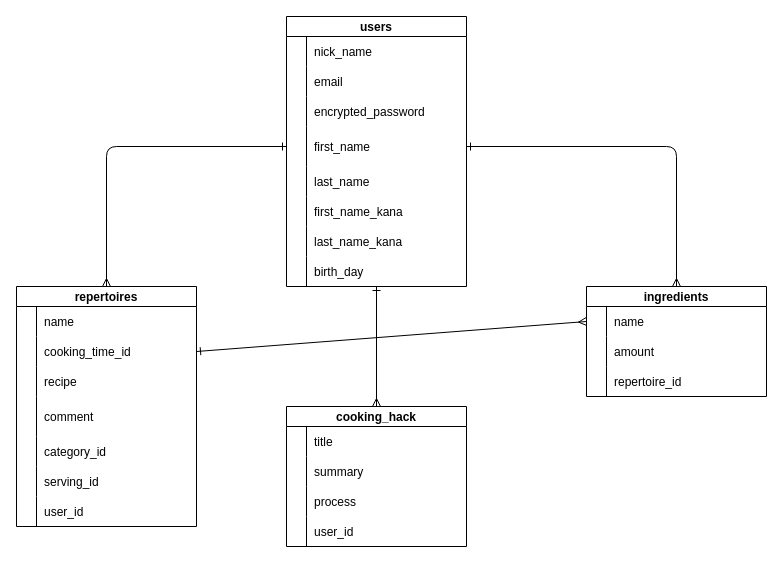
Before: ER図.dio in t-akuya/cookhack, a draw.io diagram. Source tidied: cells renumbered, new cells numbered last; positions are measured from the earlier drawing's top-left corner, leaving out a move shared by most shapes. Both pictures are drawn from the tidied source at 100%, with x=0, y=0 at pixel (16, 16).
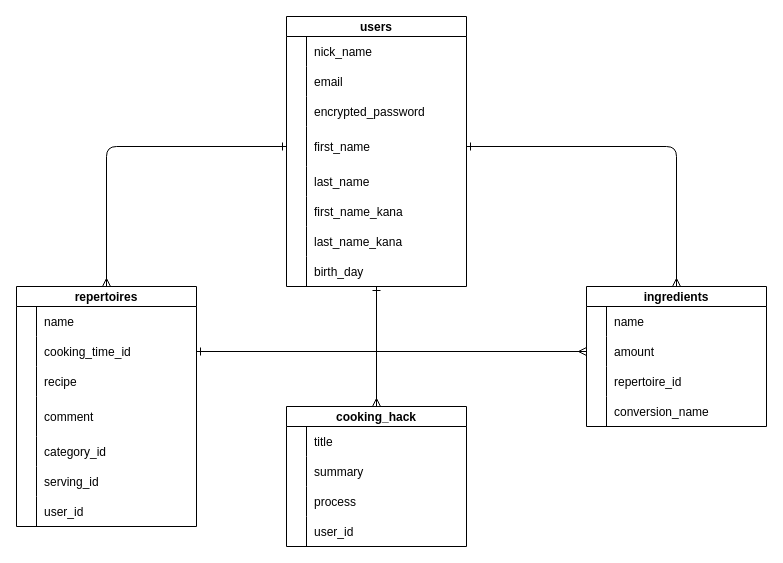
The same diagram, later.

Unchanged cells that the change refers to:
```xml
<mxCell id="32" style="shape=partialRectangle;fillColor=none;top=0;left=0;bottom=0;right=0;points=[[0,0.5],[1,0.5]];portConstraint=eastwest;" parent="28" vertex="1">
  <mxGeometry y="50" width="180" height="30" as="geometry" />
</mxCell>
<mxCell id="64" style="shape=partialRectangle;fillColor=none;top=0;left=0;bottom=0;right=0;points=[[0,0.5],[1,0.5]];portConstraint=eastwest;" parent="63" vertex="1">
  <mxGeometry y="20" width="180" height="30" as="geometry" />
</mxCell>
<mxCell id="67" style="shape=partialRectangle;fillColor=none;top=0;left=0;bottom=0;right=0;points=[[0,0.5],[1,0.5]];portConstraint=eastwest;" parent="63" vertex="1">
  <mxGeometry y="50" width="180" height="30" as="geometry" />
</mxCell>
```

Diff of the diagram source:
```diff
@@
     <mxCell id="63" value="ingredients" style="shape=table;startSize=20;childLayout=tableLayout;rowLines=0;fontStyle=1;align=center;" parent="1" vertex="1">
-      <mxGeometry x="570" y="270" width="180" height="110" as="geometry" />
+      <mxGeometry x="570" y="270" width="180" height="140" as="geometry" />
     </mxCell>
@@
+    <mxCell id="76" style="shape=partialRectangle;fillColor=none;top=0;left=0;bottom=0;right=0;" parent="63" vertex="1">
+      <mxGeometry y="110" width="180" height="30" as="geometry" />
+    </mxCell>
+    <mxCell id="77" style="shape=partialRectangle;fillColor=none;top=0;left=0;bottom=0;right=0;overflow=hidden;" parent="76" vertex="1">
+      <mxGeometry width="20" height="30" as="geometry" />
+    </mxCell>
+    <mxCell id="78" value="conversion_name" style="shape=partialRectangle;fillColor=none;top=0;left=0;bottom=0;right=0;align=left;spacingLeft=6;overflow=hidden;" parent="76" vertex="1">
+      <mxGeometry x="20" width="160" height="30" as="geometry" />
+    </mxCell>
@@
-    <mxCell id="75" style="edgeStyle=none;html=1;exitX=1;exitY=0.5;exitDx=0;exitDy=0;endArrow=ERmany;endFill=0;startArrow=ERone;startFill=0;entryX=0;entryY=0.5;entryDx=0;entryDy=0;" parent="1" edge="1" source="32" target="64">
+    <mxCell id="75" style="edgeStyle=none;html=1;exitX=1;exitY=0.5;exitDx=0;exitDy=0;endArrow=ERmany;endFill=0;startArrow=ERone;startFill=0;entryX=0;entryY=0.5;entryDx=0;entryDy=0;" parent="1" edge="1" source="32" target="67">
       <mxGeometry relative="1" as="geometry" />
     </mxCell>
```
